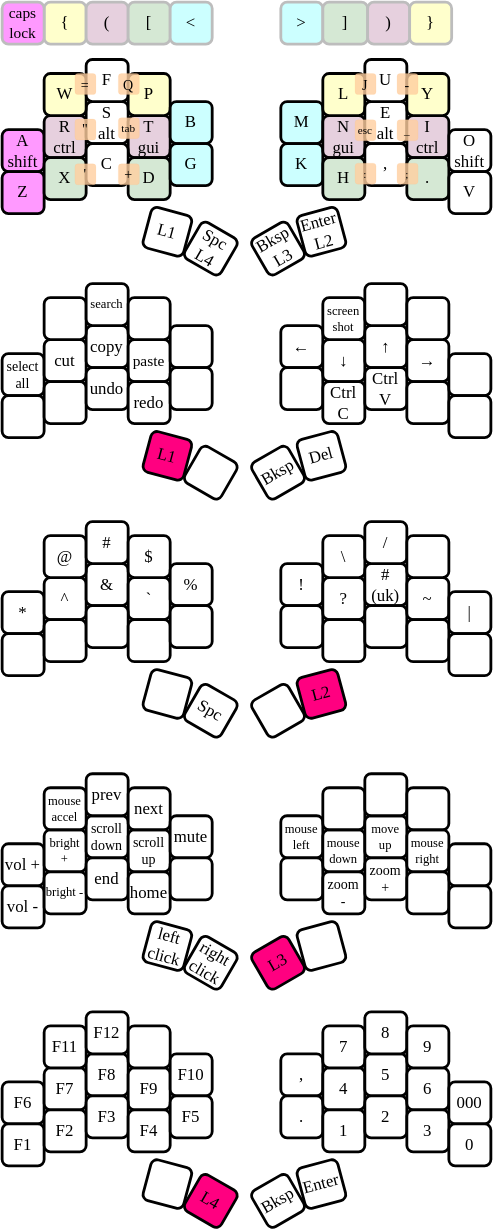
Above: images/keymap.svg in smallwat3r/vial-keymap (draw.io), before the change. Source tidied: cells renumbered, new cells last; positions are measured from the earlier drawing's top-left corner, leaving out a move shared by most shapes.
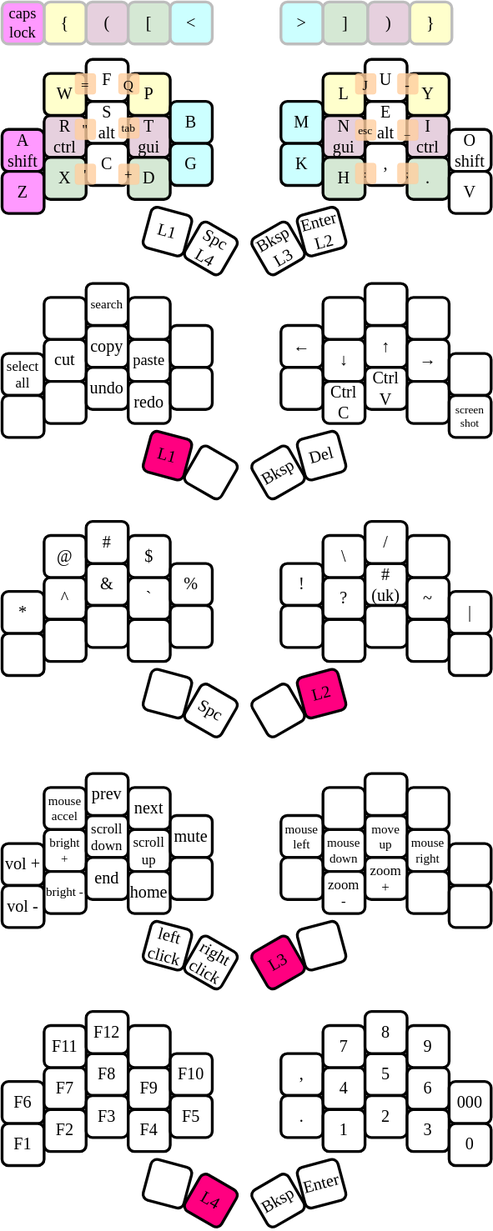
Later version of the same file.

Change to the diagram source:
```diff
@@ -143,7 +143,7 @@
     <mxCell id="48" value="Ctrl C" style="whiteSpace=wrap;glass=0;rounded=1;shadow=0;textShadow=0;strokeWidth=2;perimeterSpacing=2;flipV=1;flipH=1;fontFamily=Comic Sans MS;fontStyle=0;" parent="1" vertex="1">
       <mxGeometry x="229" y="271" width="30" height="30" as="geometry" />
     </mxCell>
-    <mxCell id="49" value="screen&#10;shot" style="whiteSpace=wrap;glass=0;rounded=1;shadow=0;textShadow=0;fontSize=9;strokeWidth=2;perimeterSpacing=2;flipV=1;flipH=1;fontFamily=Comic Sans MS;fontStyle=0;" parent="1" vertex="1">
+    <mxCell id="49" style="whiteSpace=wrap;glass=0;rounded=1;shadow=0;textShadow=0;fontSize=9;strokeWidth=2;perimeterSpacing=2;flipV=1;flipH=1;fontFamily=Comic Sans MS;fontStyle=0;" parent="1" vertex="1">
       <mxGeometry x="229" y="211" width="30" height="30" as="geometry" />
     </mxCell>
     <mxCell id="50" value="↑" style="whiteSpace=wrap;glass=0;rounded=1;shadow=0;textShadow=0;strokeWidth=2;perimeterSpacing=2;flipV=1;flipH=1;fontFamily=Comic Sans MS;fontStyle=0;" parent="1" vertex="1">
@@ -167,7 +167,7 @@
     <mxCell id="56" style="whiteSpace=wrap;glass=0;rounded=1;shadow=0;textShadow=0;strokeWidth=2;perimeterSpacing=2;flipV=1;flipH=1;fontFamily=Comic Sans MS;fontStyle=0;" parent="1" vertex="1">
       <mxGeometry x="319" y="251" width="30" height="30" as="geometry" />
     </mxCell>
-    <mxCell id="57" style="whiteSpace=wrap;glass=0;rounded=1;shadow=0;textShadow=0;strokeWidth=2;perimeterSpacing=2;flipV=1;flipH=1;fontFamily=Comic Sans MS;fontStyle=0;" parent="1" vertex="1">
+    <mxCell id="57" value="screen shot" style="whiteSpace=wrap;glass=0;rounded=1;shadow=0;textShadow=0;strokeWidth=2;perimeterSpacing=2;flipV=1;flipH=1;fontFamily=Comic Sans MS;fontStyle=0;fontSize=8;" parent="1" vertex="1">
       <mxGeometry x="319" y="281" width="30" height="30" as="geometry" />
     </mxCell>
     <mxCell id="58" value="L1" style="whiteSpace=wrap;glass=0;rounded=1;shadow=0;textShadow=0;rotation=15;direction=west;labelBackgroundColor=none;fillColor=#FF0080;strokeWidth=2;perimeterSpacing=2;flipV=1;flipH=1;fontFamily=Comic Sans MS;fontStyle=0;" parent="1" vertex="1">
```
